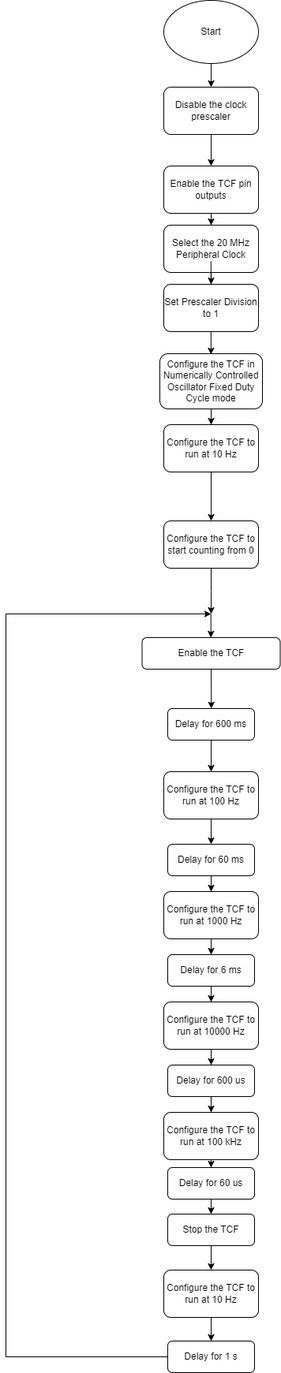
Before: images/ncoFixedDutyCycleFlowchart.png, a diagram exported from draw.io (microchip-pic-avr-examples/avr16eb32-getting-started-with-tcf-mplab-bare-metal). Source tidied: cells renumbered, new cells last; positions are measured from the earlier drawing's top-left corner, leaving out a move shared by most shapes.
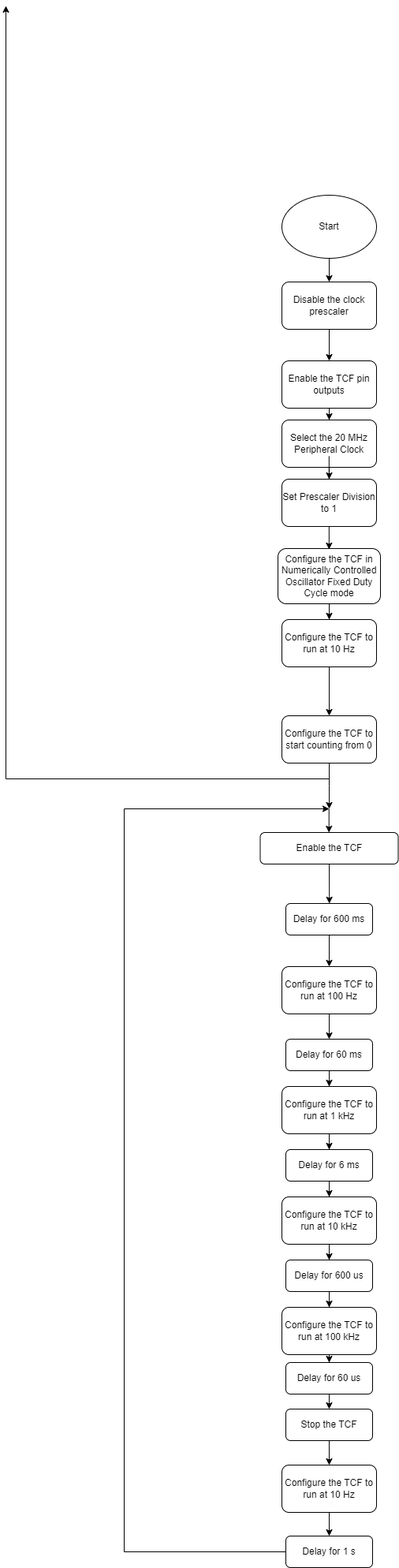
The same file after the commit.

The edit, as a diff of the source:
```diff
@@ -126,7 +126,7 @@
     <mxCell id="35" style="edgeStyle=orthogonalEdgeStyle;rounded=0;jettySize=auto;html=1;entryX=0.5;entryY=0;entryDx=0;entryDy=0;" parent="1" edge="1" source="36" target="38">
       <mxGeometry relative="1" as="geometry" />
     </mxCell>
-    <mxCell id="36" value="Configure the TCF to run at 1000 Hz" style="rounded=1;whiteSpace=wrap;html=1;" parent="1" vertex="1">
+    <mxCell id="36" value="Configure the TCF to run at 1 kHz" style="rounded=1;whiteSpace=wrap;html=1;" parent="1" vertex="1">
       <mxGeometry x="350" y="1370" width="120" height="60" as="geometry" />
     </mxCell>
     <mxCell id="37" style="edgeStyle=orthogonalEdgeStyle;rounded=0;jettySize=auto;html=1;" parent="1" edge="1" source="38" target="40">
@@ -138,7 +138,7 @@
     <mxCell id="39" style="edgeStyle=orthogonalEdgeStyle;rounded=0;jettySize=auto;html=1;entryX=0.5;entryY=0;entryDx=0;entryDy=0;" parent="1" edge="1" source="40" target="42">
       <mxGeometry relative="1" as="geometry" />
     </mxCell>
-    <mxCell id="40" value="Configure the TCF to run at 10000 Hz" style="rounded=1;whiteSpace=wrap;html=1;" parent="1" vertex="1">
+    <mxCell id="40" value="Configure the TCF to run at 10 kHz" style="rounded=1;whiteSpace=wrap;html=1;" parent="1" vertex="1">
       <mxGeometry x="350" y="1510" width="120" height="60" as="geometry" />
     </mxCell>
     <mxCell id="41" style="edgeStyle=orthogonalEdgeStyle;rounded=0;jettySize=auto;html=1;" parent="1" edge="1" source="42" target="44">
```
